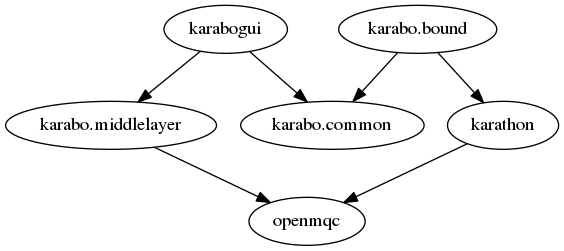
Before: src/pythonKarabo/dot/api_now.png, a diagram exported from Graphviz (European-XFEL/Karabo). Its source is kept beside it as src/pythonKarabo/dot/api_now.dot.
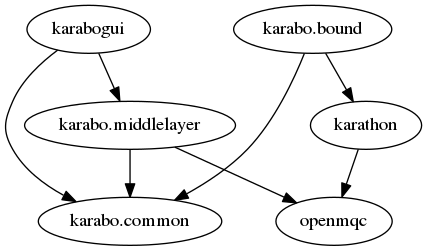
Above is the later version.

Commit message:
added missing dependency

The edit, as a diff of the source:
```diff
@@ -2,6 +2,7 @@
     "karabogui" -> "karabo.common"
     "karabogui" -> "karabo.middlelayer"
     "karabo.bound" -> "karabo.common"
+    "karabo.middlelayer" -> "karabo.common"
     "karabo.bound" -> "karathon"
     "karathon" -> "openmqc"
     "karabo.middlelayer" -> "openmqc"
```
